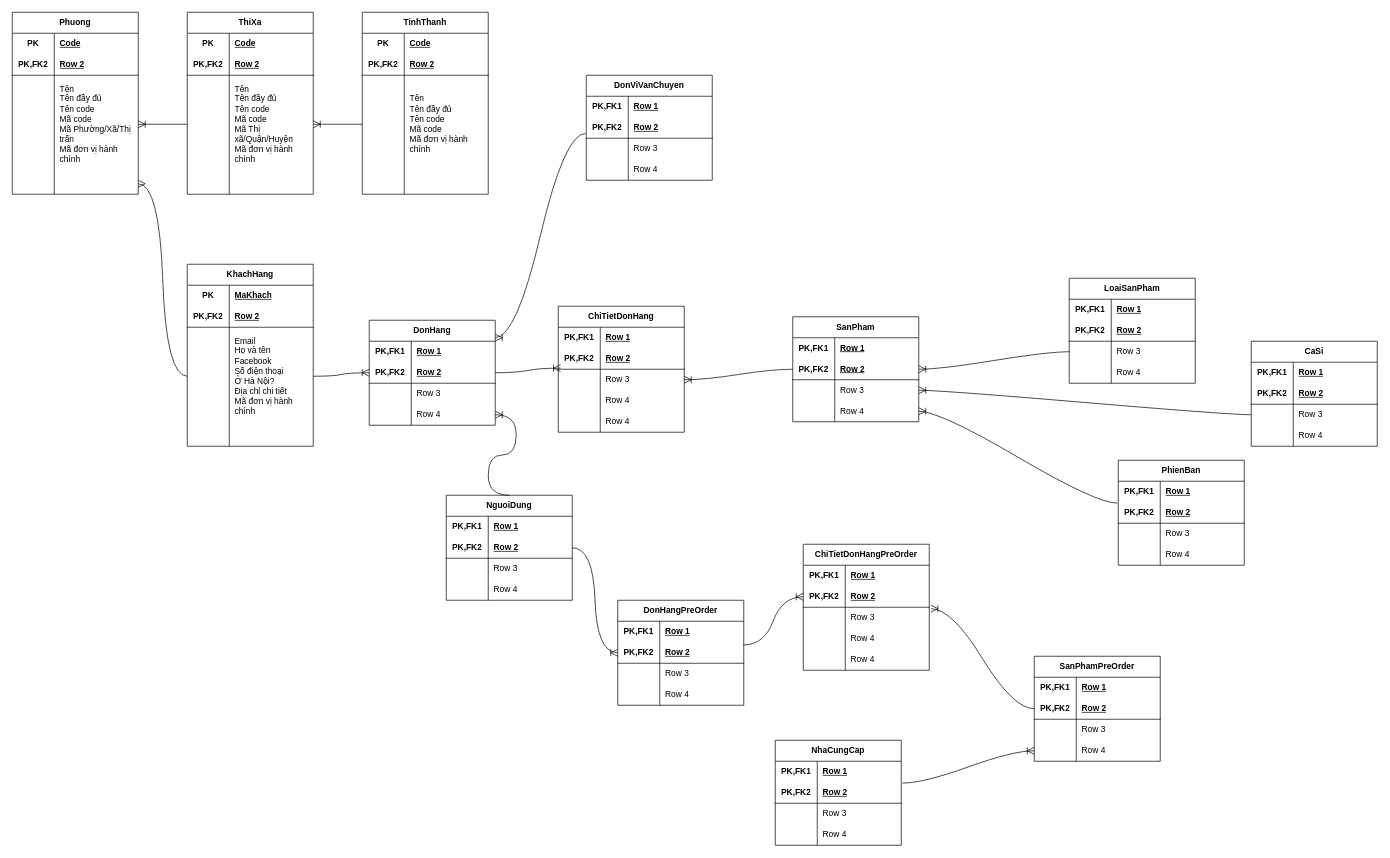
Before: Biểu đồ không có tiêu đề.drawio in luhoangve24/Diagram, a draw.io diagram. Source tidied: cells renumbered, new cells numbered last; positions are measured from the earlier drawing's top-left corner, leaving out a move shared by most shapes. Both pictures are drawn from the tidied source at 70%, with x=0, y=0 at pixel (12, 12).
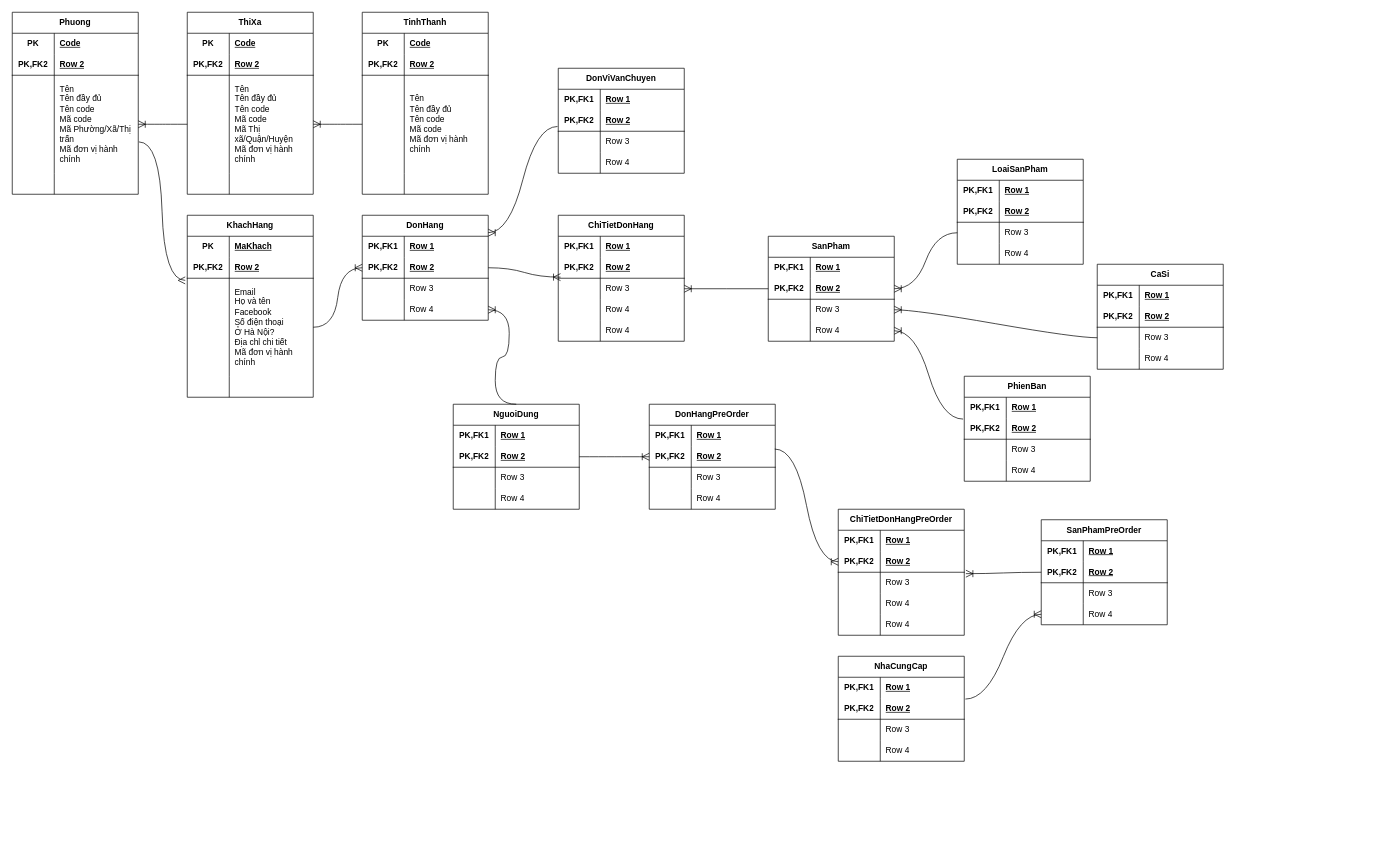
After the change.

Commit message:
Cập nhật Biểu đồ không có tiêu đề.drawio

The change refers to these unchanged cells:
```xml
<mxCell id="9" style="shape=tableRow;horizontal=0;startSize=0;swimlaneHead=0;swimlaneBody=0;fillColor=none;points=[[0,0.5],[1,0.5]];portConstraint=eastwest;top=0;left=0;right=0;bottom=0;html=1;" parent="2" vertex="1">
  <mxGeometry y="90" width="180" height="140" as="geometry" />
</mxCell>
<mxCell id="129" style="shape=tableRow;horizontal=0;startSize=0;swimlaneHead=0;swimlaneBody=0;fillColor=none;points=[[0,0.5],[1,0.5]];portConstraint=eastwest;top=0;left=0;right=0;bottom=0;html=1;" parent="122" vertex="1">
  <mxGeometry y="90" width="180" height="140" as="geometry" />
</mxCell>
<mxCell id="132" style="shape=tableRow;horizontal=0;startSize=0;swimlaneHead=0;swimlaneBody=0;fillColor=none;points=[[0,0.5],[1,0.5]];portConstraint=eastwest;top=0;left=0;right=0;bottom=0;html=1;" parent="122" vertex="1">
  <mxGeometry y="230" width="180" height="30" as="geometry" />
</mxCell>
```

The edit, as a diff of the source:
```diff
@@
     <mxCell id="2" value="KhachHang" style="shape=table;startSize=30;childLayout=tableLayout;rowLines=0;fontStyle=1;align=center;html=1;whiteSpace=wrap;" parent="1" vertex="1">
-      <mxGeometry x="250" y="360" width="180" height="260" as="geometry" />
+      <mxGeometry x="250" y="290" width="180" height="260" as="geometry" />
     </mxCell>
@@
     <mxCell id="15" value="SanPham&lt;br&gt;" style="shape=table;startSize=30;childLayout=tableLayout;rowLines=0;fontStyle=1;align=center;html=1;whiteSpace=wrap;" parent="1" vertex="1">
-      <mxGeometry x="1115" y="435" width="180" height="150" as="geometry" />
+      <mxGeometry x="1080" y="320" width="180" height="150" as="geometry" />
     </mxCell>
@@
     <mxCell id="28" value="DonHang" style="shape=table;startSize=30;childLayout=tableLayout;rowLines=0;fontStyle=1;align=center;html=1;whiteSpace=wrap;" parent="1" vertex="1">
-      <mxGeometry x="510" y="440" width="180" height="150" as="geometry" />
+      <mxGeometry x="500" y="290" width="180" height="150" as="geometry" />
     </mxCell>
@@
     <mxCell id="41" value="NguoiDung" style="shape=table;startSize=30;childLayout=tableLayout;rowLines=0;fontStyle=1;align=center;html=1;whiteSpace=wrap;" parent="1" vertex="1">
-      <mxGeometry x="620" y="690" width="180" height="150" as="geometry" />
+      <mxGeometry x="630" y="560" width="180" height="150" as="geometry" />
     </mxCell>
@@
     <mxCell id="54" value="DonViVanChuyen" style="shape=table;startSize=30;childLayout=tableLayout;rowLines=0;fontStyle=1;align=center;html=1;whiteSpace=wrap;" parent="1" vertex="1">
-      <mxGeometry x="820" y="90" width="180" height="150" as="geometry" />
+      <mxGeometry x="780" y="80" width="180" height="150" as="geometry" />
     </mxCell>
@@
     <mxCell id="67" value="LoaiSanPham" style="shape=table;startSize=30;childLayout=tableLayout;rowLines=0;fontStyle=1;align=center;html=1;whiteSpace=wrap;" parent="1" vertex="1">
-      <mxGeometry x="1510" y="380" width="180" height="150" as="geometry" />
+      <mxGeometry x="1350" y="210" width="180" height="150" as="geometry" />
     </mxCell>
@@
     <mxCell id="80" value="CaSi" style="shape=table;startSize=30;childLayout=tableLayout;rowLines=0;fontStyle=1;align=center;html=1;whiteSpace=wrap;" parent="1" vertex="1">
-      <mxGeometry x="1770" y="470" width="180" height="150" as="geometry" />
+      <mxGeometry x="1550" y="360" width="180" height="150" as="geometry" />
     </mxCell>
@@
     <mxCell id="93" value="ChiTietDonHang" style="shape=table;startSize=30;childLayout=tableLayout;rowLines=0;fontStyle=1;align=center;html=1;whiteSpace=wrap;" parent="1" vertex="1">
-      <mxGeometry x="780" y="420" width="180" height="180" as="geometry" />
+      <mxGeometry x="780" y="290" width="180" height="180" as="geometry" />
     </mxCell>
@@
     <mxCell id="109" value="PhienBan" style="shape=table;startSize=30;childLayout=tableLayout;rowLines=0;fontStyle=1;align=center;html=1;whiteSpace=wrap;" parent="1" vertex="1">
-      <mxGeometry x="1580" y="640" width="180" height="150" as="geometry" />
+      <mxGeometry x="1360" y="520" width="180" height="150" as="geometry" />
     </mxCell>
@@
-    <mxCell id="163" style="edgeStyle=entityRelationEdgeStyle;fontSize=12;html=1;endArrow=ERmany;rounded=0;startSize=8;endSize=8;curved=1;entryX=1;entryY=0.5;entryDx=0;entryDy=0;exitX=0;exitY=0.5;exitDx=0;exitDy=0;" parent="1" edge="1" source="9" target="132">
-      <mxGeometry relative="1" as="geometry" />
-    </mxCell>
@@
     <mxCell id="171" value="SanPhamPreOrder" style="shape=table;startSize=30;childLayout=tableLayout;rowLines=0;fontStyle=1;align=center;html=1;whiteSpace=wrap;" parent="1" vertex="1">
-      <mxGeometry x="1460" y="920" width="180" height="150" as="geometry" />
+      <mxGeometry x="1470" y="725" width="180" height="150" as="geometry" />
     </mxCell>
@@
     <mxCell id="184" value="NhaCungCap" style="shape=table;startSize=30;childLayout=tableLayout;rowLines=0;fontStyle=1;align=center;html=1;whiteSpace=wrap;" parent="1" vertex="1">
-      <mxGeometry x="1090" y="1040" width="180" height="150" as="geometry" />
+      <mxGeometry x="1180" y="920" width="180" height="150" as="geometry" />
     </mxCell>
@@
     <mxCell id="198" value="DonHangPreOrder" style="shape=table;startSize=30;childLayout=tableLayout;rowLines=0;fontStyle=1;align=center;html=1;whiteSpace=wrap;" parent="1" vertex="1">
-      <mxGeometry x="865" y="840" width="180" height="150" as="geometry" />
+      <mxGeometry x="910" y="560" width="180" height="150" as="geometry" />
     </mxCell>
@@
     <mxCell id="213" value="ChiTietDonHangPreOrder" style="shape=table;startSize=30;childLayout=tableLayout;rowLines=0;fontStyle=1;align=center;html=1;whiteSpace=wrap;" parent="1" vertex="1">
-      <mxGeometry x="1130" y="760" width="180" height="180" as="geometry" />
+      <mxGeometry x="1180" y="710" width="180" height="180" as="geometry" />
     </mxCell>
@@
+    <mxCell id="163" style="edgeStyle=entityRelationEdgeStyle;fontSize=12;html=1;endArrow=ERmany;rounded=0;startSize=8;endSize=8;curved=1;entryX=-0.016;entryY=0.022;entryDx=0;entryDy=0;entryPerimeter=0;exitX=1.005;exitY=0.68;exitDx=0;exitDy=0;exitPerimeter=0;" parent="1" edge="1" source="129" target="9">
+      <mxGeometry relative="1" as="geometry" />
+    </mxCell>
```
